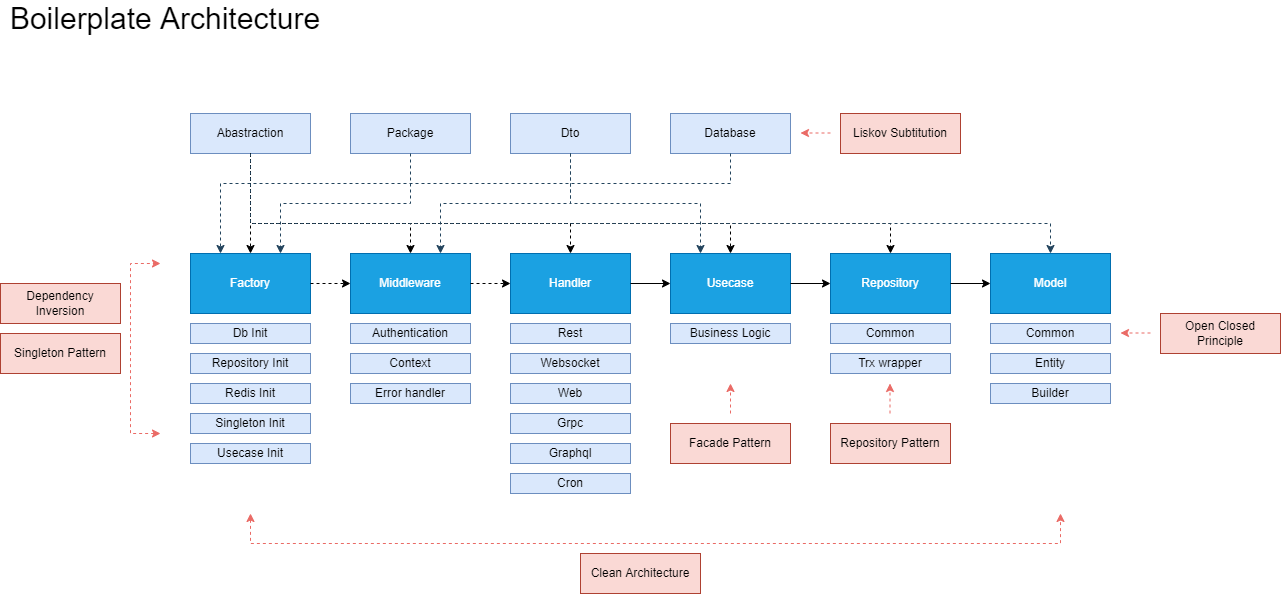
Above: assets/1-boilerplate-architecture.png in mcholismalik/test-practical-devsecops (draw.io), before the change. Source tidied: cells renumbered, new cells last; positions are measured from the earlier drawing's top-left corner, leaving out a move shared by most shapes. The source it was exported from:
```xml
<mxGraphModel>
  <root>
    <mxCell id="0" />
    <mxCell id="1" parent="0" />
    <mxCell id="2" value="Usecase" style="rounded=0;whiteSpace=wrap;html=1;fillColor=#1ba1e2;fontColor=#ffffff;strokeColor=#006EAF;" parent="1" vertex="1">
      <mxGeometry x="670" y="250" width="120" height="60" as="geometry" />
    </mxCell>
    <mxCell id="3" value="Repository&lt;span style=&quot;color: rgba(0, 0, 0, 0); font-family: monospace; font-size: 0px; text-align: start;&quot;&gt;%3CmxGraphModel%3E%3Croot%3E%3CmxCell%20id%3D%220%22%2F%3E%3CmxCell%20id%3D%221%22%20parent%3D%220%22%2F%3E%3CmxCell%20id%3D%222%22%20value%3D%22Usecase%22%20style%3D%22rounded%3D0%3BwhiteSpace%3Dwrap%3Bhtml%3D1%3B%22%20vertex%3D%221%22%20parent%3D%221%22%3E%3CmxGeometry%20x%3D%22240%22%20y%3D%22250%22%20width%3D%22120%22%20height%3D%2260%22%20as%3D%22geometry%22%2F%3E%3C%2FmxCell%3E%3C%2Froot%3E%3C%2FmxGraphModel%3E&lt;/span&gt;" style="rounded=0;whiteSpace=wrap;html=1;fillColor=#1ba1e2;fontColor=#ffffff;strokeColor=#006EAF;" parent="1" vertex="1">
      <mxGeometry x="830" y="250" width="120" height="60" as="geometry" />
    </mxCell>
    <mxCell id="4" value="Model" style="rounded=0;whiteSpace=wrap;html=1;fillColor=#1ba1e2;fontColor=#ffffff;strokeColor=#006EAF;" parent="1" vertex="1">
      <mxGeometry x="990" y="250" width="120" height="60" as="geometry" />
    </mxCell>
    <mxCell id="5" value="Factory" style="rounded=0;whiteSpace=wrap;html=1;fillColor=#1ba1e2;fontColor=#ffffff;strokeColor=#006EAF;" parent="1" vertex="1">
      <mxGeometry x="190" y="250" width="120" height="60" as="geometry" />
    </mxCell>
    <mxCell id="6" value="Db Init" style="rounded=0;whiteSpace=wrap;html=1;fillColor=#dae8fc;strokeColor=#6c8ebf;" parent="1" vertex="1">
      <mxGeometry x="190" y="320" width="120" height="20" as="geometry" />
    </mxCell>
    <mxCell id="7" value="Repository Init" style="rounded=0;whiteSpace=wrap;html=1;fillColor=#dae8fc;strokeColor=#6c8ebf;" parent="1" vertex="1">
      <mxGeometry x="190" y="350" width="120" height="20" as="geometry" />
    </mxCell>
    <mxCell id="8" value="Redis Init" style="rounded=0;whiteSpace=wrap;html=1;fillColor=#dae8fc;strokeColor=#6c8ebf;" parent="1" vertex="1">
      <mxGeometry x="190" y="380" width="120" height="20" as="geometry" />
    </mxCell>
    <mxCell id="9" value="Usecase Init" style="rounded=0;whiteSpace=wrap;html=1;fillColor=#dae8fc;strokeColor=#6c8ebf;" parent="1" vertex="1">
      <mxGeometry x="190" y="440" width="120" height="20" as="geometry" />
    </mxCell>
    <mxCell id="10" value="Business Logic" style="rounded=0;whiteSpace=wrap;html=1;fillColor=#dae8fc;strokeColor=#6c8ebf;" parent="1" vertex="1">
      <mxGeometry x="670" y="320" width="120" height="20" as="geometry" />
    </mxCell>
    <mxCell id="11" value="Trx wrapper" style="rounded=0;whiteSpace=wrap;html=1;fillColor=#dae8fc;strokeColor=#6c8ebf;" parent="1" vertex="1">
      <mxGeometry x="830" y="350" width="120" height="20" as="geometry" />
    </mxCell>
    <mxCell id="12" value="Singleton Init" style="rounded=0;whiteSpace=wrap;html=1;fillColor=#dae8fc;strokeColor=#6c8ebf;" parent="1" vertex="1">
      <mxGeometry x="190" y="410" width="120" height="20" as="geometry" />
    </mxCell>
    <mxCell id="13" value="Common" style="rounded=0;whiteSpace=wrap;html=1;fillColor=#dae8fc;strokeColor=#6c8ebf;" parent="1" vertex="1">
      <mxGeometry x="990" y="320" width="120" height="20" as="geometry" />
    </mxCell>
    <mxCell id="14" style="endArrow=classic;html=1;rounded=0;exitX=1;exitY=0.5;exitDx=0;exitDy=0;entryX=0;entryY=0.5;entryDx=0;entryDy=0;dashed=1;" parent="1" edge="1" source="5" target="31">
      <mxGeometry relative="1" as="geometry" />
    </mxCell>
    <mxCell id="15" style="endArrow=classic;html=1;rounded=0;exitX=1;exitY=0.5;exitDx=0;exitDy=0;entryX=0;entryY=0.5;entryDx=0;entryDy=0;" parent="1" edge="1" source="2" target="3">
      <mxGeometry relative="1" as="geometry" />
    </mxCell>
    <mxCell id="16" style="endArrow=classic;html=1;rounded=0;exitX=1;exitY=0.5;exitDx=0;exitDy=0;entryX=0;entryY=0.5;entryDx=0;entryDy=0;" parent="1" edge="1" source="3" target="4">
      <mxGeometry relative="1" as="geometry" />
    </mxCell>
    <mxCell id="17" value="Abastraction" style="rounded=0;whiteSpace=wrap;html=1;fillColor=#dae8fc;strokeColor=#6c8ebf;" parent="1" vertex="1">
      <mxGeometry x="190" y="110" width="120" height="40" as="geometry" />
    </mxCell>
    <mxCell id="18" value="Package" style="rounded=0;whiteSpace=wrap;html=1;fillColor=#dae8fc;strokeColor=#6c8ebf;" parent="1" vertex="1">
      <mxGeometry x="350" y="110" width="120" height="40" as="geometry" />
    </mxCell>
    <mxCell id="19" value="Dto" style="rounded=0;whiteSpace=wrap;html=1;fillColor=#dae8fc;strokeColor=#6c8ebf;" parent="1" vertex="1">
      <mxGeometry x="510" y="110" width="120" height="40" as="geometry" />
    </mxCell>
    <mxCell id="20" style="edgeStyle=elbowEdgeStyle;elbow=vertical;endArrow=classic;html=1;rounded=0;dashed=1;exitX=0.5;exitY=1;exitDx=0;exitDy=0;entryX=0.5;entryY=0;entryDx=0;entryDy=0;" parent="1" edge="1" source="17" target="5">
      <mxGeometry relative="1" as="geometry" />
    </mxCell>
    <mxCell id="21" style="edgeStyle=elbowEdgeStyle;elbow=vertical;endArrow=classic;html=1;rounded=0;dashed=1;exitX=0.5;exitY=1;exitDx=0;exitDy=0;entryX=0.5;entryY=0;entryDx=0;entryDy=0;" parent="1" edge="1" source="17">
      <mxGeometry relative="1" as="geometry">
        <mxPoint x="410" y="250" as="targetPoint" />
        <Array as="points">
          <mxPoint x="330" y="220" />
        </Array>
      </mxGeometry>
    </mxCell>
    <mxCell id="22" style="edgeStyle=elbowEdgeStyle;elbow=vertical;endArrow=classic;html=1;rounded=0;dashed=1;exitX=0.5;exitY=1;exitDx=0;exitDy=0;entryX=0.5;entryY=0;entryDx=0;entryDy=0;" parent="1" edge="1" source="17">
      <mxGeometry relative="1" as="geometry">
        <mxPoint x="570" y="250" as="targetPoint" />
        <Array as="points">
          <mxPoint x="410" y="220" />
        </Array>
      </mxGeometry>
    </mxCell>
    <mxCell id="23" style="edgeStyle=elbowEdgeStyle;elbow=vertical;endArrow=classic;html=1;rounded=0;dashed=1;exitX=0.5;exitY=1;exitDx=0;exitDy=0;entryX=0.5;entryY=0;entryDx=0;entryDy=0;" parent="1" edge="1" source="17" target="2">
      <mxGeometry relative="1" as="geometry">
        <Array as="points">
          <mxPoint x="500" y="220" />
        </Array>
      </mxGeometry>
    </mxCell>
    <mxCell id="24" style="edgeStyle=elbowEdgeStyle;elbow=vertical;endArrow=classic;html=1;rounded=0;dashed=1;exitX=0.5;exitY=1;exitDx=0;exitDy=0;" parent="1" edge="1" source="17" target="3">
      <mxGeometry relative="1" as="geometry">
        <Array as="points">
          <mxPoint x="570" y="220" />
        </Array>
      </mxGeometry>
    </mxCell>
    <mxCell id="25" style="edgeStyle=elbowEdgeStyle;elbow=vertical;endArrow=classic;html=1;rounded=0;dashed=1;entryX=0.5;entryY=0;entryDx=0;entryDy=0;exitX=0.5;exitY=1;exitDx=0;exitDy=0;fillColor=#bac8d3;strokeColor=#23445d;" parent="1" edge="1" source="17" target="4">
      <mxGeometry relative="1" as="geometry">
        <Array as="points">
          <mxPoint x="650" y="220" />
        </Array>
      </mxGeometry>
    </mxCell>
    <mxCell id="26" style="edgeStyle=elbowEdgeStyle;elbow=vertical;endArrow=classic;html=1;rounded=0;dashed=1;exitX=0.5;exitY=1;exitDx=0;exitDy=0;entryX=0.75;entryY=0;entryDx=0;entryDy=0;fillColor=#bac8d3;strokeColor=#23445d;" parent="1" edge="1" source="18" target="5">
      <mxGeometry relative="1" as="geometry">
        <Array as="points">
          <mxPoint x="350" y="200" />
        </Array>
      </mxGeometry>
    </mxCell>
    <mxCell id="27" style="edgeStyle=elbowEdgeStyle;elbow=vertical;endArrow=classic;html=1;rounded=0;dashed=1;exitX=0.5;exitY=1;exitDx=0;exitDy=0;entryX=0.75;entryY=0;entryDx=0;entryDy=0;fillColor=#bac8d3;strokeColor=#23445d;" parent="1" edge="1" source="19">
      <mxGeometry relative="1" as="geometry">
        <mxPoint x="440" y="250" as="targetPoint" />
        <Array as="points">
          <mxPoint x="510" y="200" />
        </Array>
      </mxGeometry>
    </mxCell>
    <mxCell id="28" style="edgeStyle=elbowEdgeStyle;elbow=vertical;endArrow=classic;html=1;rounded=0;dashed=1;exitX=0.5;exitY=1;exitDx=0;exitDy=0;entryX=0.25;entryY=0;entryDx=0;entryDy=0;fillColor=#bac8d3;strokeColor=#23445d;" parent="1" edge="1" source="19" target="2">
      <mxGeometry relative="1" as="geometry">
        <Array as="points">
          <mxPoint x="640" y="200" />
          <mxPoint x="440" y="180" />
        </Array>
      </mxGeometry>
    </mxCell>
    <mxCell id="29" value="Entity" style="rounded=0;whiteSpace=wrap;html=1;fillColor=#dae8fc;strokeColor=#6c8ebf;" parent="1" vertex="1">
      <mxGeometry x="990" y="350" width="120" height="20" as="geometry" />
    </mxCell>
    <mxCell id="30" value="Common" style="rounded=0;whiteSpace=wrap;html=1;fillColor=#dae8fc;strokeColor=#6c8ebf;" parent="1" vertex="1">
      <mxGeometry x="830" y="320" width="120" height="20" as="geometry" />
    </mxCell>
    <mxCell id="31" value="Middleware" style="rounded=0;whiteSpace=wrap;html=1;fillColor=#1ba1e2;strokeColor=#006EAF;fontColor=#ffffff;" parent="1" vertex="1">
      <mxGeometry x="350" y="250" width="120" height="60" as="geometry" />
    </mxCell>
    <mxCell id="32" value="Authentication" style="rounded=0;whiteSpace=wrap;html=1;fillColor=#dae8fc;strokeColor=#6c8ebf;" parent="1" vertex="1">
      <mxGeometry x="350" y="320" width="120" height="20" as="geometry" />
    </mxCell>
    <mxCell id="33" value="Context" style="rounded=0;whiteSpace=wrap;html=1;fillColor=#dae8fc;strokeColor=#6c8ebf;" parent="1" vertex="1">
      <mxGeometry x="350" y="350" width="120" height="20" as="geometry" />
    </mxCell>
    <mxCell id="34" value="Error handler" style="rounded=0;whiteSpace=wrap;html=1;fillColor=#dae8fc;strokeColor=#6c8ebf;" parent="1" vertex="1">
      <mxGeometry x="350" y="380" width="120" height="20" as="geometry" />
    </mxCell>
    <mxCell id="35" style="endArrow=classic;html=1;rounded=0;exitX=1;exitY=0.5;exitDx=0;exitDy=0;entryX=0;entryY=0.5;entryDx=0;entryDy=0;dashed=1;" parent="1" edge="1" source="31" target="36">
      <mxGeometry relative="1" as="geometry" />
    </mxCell>
    <mxCell id="36" value="Handler" style="rounded=0;whiteSpace=wrap;html=1;fillColor=#1ba1e2;fontColor=#ffffff;strokeColor=#006EAF;" parent="1" vertex="1">
      <mxGeometry x="510" y="250" width="120" height="60" as="geometry" />
    </mxCell>
    <mxCell id="37" value="Rest" style="rounded=0;whiteSpace=wrap;html=1;fillColor=#dae8fc;strokeColor=#6c8ebf;" parent="1" vertex="1">
      <mxGeometry x="510" y="320" width="120" height="20" as="geometry" />
    </mxCell>
    <mxCell id="38" value="Websocket" style="rounded=0;whiteSpace=wrap;html=1;fillColor=#dae8fc;strokeColor=#6c8ebf;" parent="1" vertex="1">
      <mxGeometry x="510" y="350" width="120" height="20" as="geometry" />
    </mxCell>
    <mxCell id="39" value="Web" style="rounded=0;whiteSpace=wrap;html=1;fillColor=#dae8fc;strokeColor=#6c8ebf;" parent="1" vertex="1">
      <mxGeometry x="510" y="380" width="120" height="20" as="geometry" />
    </mxCell>
    <mxCell id="40" value="Grpc" style="rounded=0;whiteSpace=wrap;html=1;fillColor=#dae8fc;strokeColor=#6c8ebf;" parent="1" vertex="1">
      <mxGeometry x="510" y="410" width="120" height="20" as="geometry" />
    </mxCell>
    <mxCell id="41" value="Graphql" style="rounded=0;whiteSpace=wrap;html=1;fillColor=#dae8fc;strokeColor=#6c8ebf;" parent="1" vertex="1">
      <mxGeometry x="510" y="440" width="120" height="20" as="geometry" />
    </mxCell>
    <mxCell id="42" style="endArrow=classic;html=1;rounded=0;exitX=1;exitY=0.5;exitDx=0;exitDy=0;entryX=0;entryY=0.5;entryDx=0;entryDy=0;" parent="1" edge="1" source="36" target="2">
      <mxGeometry relative="1" as="geometry" />
    </mxCell>
    <mxCell id="43" value="Cron" style="rounded=0;whiteSpace=wrap;html=1;fillColor=#dae8fc;strokeColor=#6c8ebf;" parent="1" vertex="1">
      <mxGeometry x="510" y="470" width="120" height="20" as="geometry" />
    </mxCell>
    <mxCell id="44" value="Boilerplate Architecture" style="text;html=1;strokeColor=none;fillColor=none;align=center;verticalAlign=middle;whiteSpace=wrap;rounded=0;fontSize=30;" parent="1" vertex="1">
      <mxGeometry width="330" height="30" as="geometry" />
    </mxCell>
    <mxCell id="45" style="edgeStyle=elbowEdgeStyle;elbow=vertical;endArrow=classic;html=1;rounded=0;dashed=1;endFill=1;startArrow=classic;startFill=1;strokeColor=#EA6B66;" parent="1" edge="1">
      <mxGeometry relative="1" as="geometry">
        <mxPoint x="250" y="510" as="sourcePoint" />
        <mxPoint x="1060" y="510" as="targetPoint" />
        <Array as="points">
          <mxPoint x="650" y="540" />
        </Array>
      </mxGeometry>
    </mxCell>
    <mxCell id="46" value="Clean Architecture" style="rounded=0;whiteSpace=wrap;html=1;fillColor=#fad9d5;strokeColor=#ae4132;" parent="1" vertex="1">
      <mxGeometry x="580" y="550" width="120" height="40" as="geometry" />
    </mxCell>
    <mxCell id="47" style="edgeStyle=elbowEdgeStyle;elbow=horizontal;endArrow=classic;html=1;rounded=0;dashed=1;fontSize=30;startArrow=classic;startFill=1;strokeColor=#EA6B66;" parent="1" edge="1">
      <mxGeometry relative="1" as="geometry">
        <mxPoint x="160" y="430" as="sourcePoint" />
        <mxPoint x="160" y="260" as="targetPoint" />
        <Array as="points">
          <mxPoint x="130" y="340" />
        </Array>
      </mxGeometry>
    </mxCell>
    <mxCell id="48" value="Dependency Inversion" style="rounded=0;whiteSpace=wrap;html=1;fillColor=#fad9d5;strokeColor=#ae4132;" parent="1" vertex="1">
      <mxGeometry y="280" width="120" height="40" as="geometry" />
    </mxCell>
    <mxCell id="49" value="Database" style="rounded=0;whiteSpace=wrap;html=1;fillColor=#dae8fc;strokeColor=#6c8ebf;" parent="1" vertex="1">
      <mxGeometry x="670" y="110" width="120" height="40" as="geometry" />
    </mxCell>
    <mxCell id="50" style="edgeStyle=elbowEdgeStyle;elbow=vertical;endArrow=classic;html=1;rounded=0;dashed=1;exitX=0.5;exitY=1;exitDx=0;exitDy=0;entryX=0.25;entryY=0;entryDx=0;entryDy=0;fillColor=#bac8d3;strokeColor=#23445d;" parent="1" edge="1" source="49" target="5">
      <mxGeometry relative="1" as="geometry">
        <Array as="points">
          <mxPoint x="480" y="180" />
        </Array>
      </mxGeometry>
    </mxCell>
    <mxCell id="51" value="Singleton Pattern" style="rounded=0;whiteSpace=wrap;html=1;fillColor=#fad9d5;strokeColor=#ae4132;" parent="1" vertex="1">
      <mxGeometry y="330" width="120" height="40" as="geometry" />
    </mxCell>
    <mxCell id="52" value="Builder" style="rounded=0;whiteSpace=wrap;html=1;fillColor=#dae8fc;strokeColor=#6c8ebf;" parent="1" vertex="1">
      <mxGeometry x="990" y="380" width="120" height="20" as="geometry" />
    </mxCell>
    <mxCell id="53" value="Repository Pattern" style="rounded=0;whiteSpace=wrap;html=1;fillColor=#fad9d5;strokeColor=#ae4132;" parent="1" vertex="1">
      <mxGeometry x="830" y="420" width="120" height="40" as="geometry" />
    </mxCell>
    <mxCell id="54" value="Facade Pattern" style="rounded=0;whiteSpace=wrap;html=1;fillColor=#fad9d5;strokeColor=#ae4132;" parent="1" vertex="1">
      <mxGeometry x="670" y="420" width="120" height="40" as="geometry" />
    </mxCell>
    <mxCell id="55" style="endArrow=classic;html=1;rounded=0;dashed=1;fontSize=30;strokeColor=#EA6B66;" parent="1" edge="1">
      <mxGeometry relative="1" as="geometry">
        <mxPoint x="730" y="410" as="sourcePoint" />
        <mxPoint x="730" y="380" as="targetPoint" />
      </mxGeometry>
    </mxCell>
    <mxCell id="56" style="endArrow=classic;html=1;rounded=0;dashed=1;fontSize=30;strokeColor=#EA6B66;" parent="1" edge="1">
      <mxGeometry relative="1" as="geometry">
        <mxPoint x="889.5" y="410" as="sourcePoint" />
        <mxPoint x="889.5" y="380" as="targetPoint" />
      </mxGeometry>
    </mxCell>
    <mxCell id="57" value="Liskov Subtitution" style="rounded=0;whiteSpace=wrap;html=1;fillColor=#fad9d5;strokeColor=#ae4132;" parent="1" vertex="1">
      <mxGeometry x="840" y="110" width="120" height="40" as="geometry" />
    </mxCell>
    <mxCell id="58" style="endArrow=classic;html=1;rounded=0;dashed=1;fontSize=30;strokeColor=#EA6B66;" parent="1" edge="1">
      <mxGeometry relative="1" as="geometry">
        <mxPoint x="830" y="129.5" as="sourcePoint" />
        <mxPoint x="800" y="129.5" as="targetPoint" />
      </mxGeometry>
    </mxCell>
    <mxCell id="59" value="Open Closed Principle" style="rounded=0;whiteSpace=wrap;html=1;fillColor=#fad9d5;strokeColor=#ae4132;" parent="1" vertex="1">
      <mxGeometry x="1160" y="310" width="120" height="40" as="geometry" />
    </mxCell>
    <mxCell id="60" style="endArrow=classic;html=1;rounded=0;dashed=1;fontSize=30;strokeColor=#EA6B66;" parent="1" edge="1">
      <mxGeometry relative="1" as="geometry">
        <mxPoint x="1150" y="329.5" as="sourcePoint" />
        <mxPoint x="1120" y="329.5" as="targetPoint" />
      </mxGeometry>
    </mxCell>
  </root>
</mxGraphModel>
```
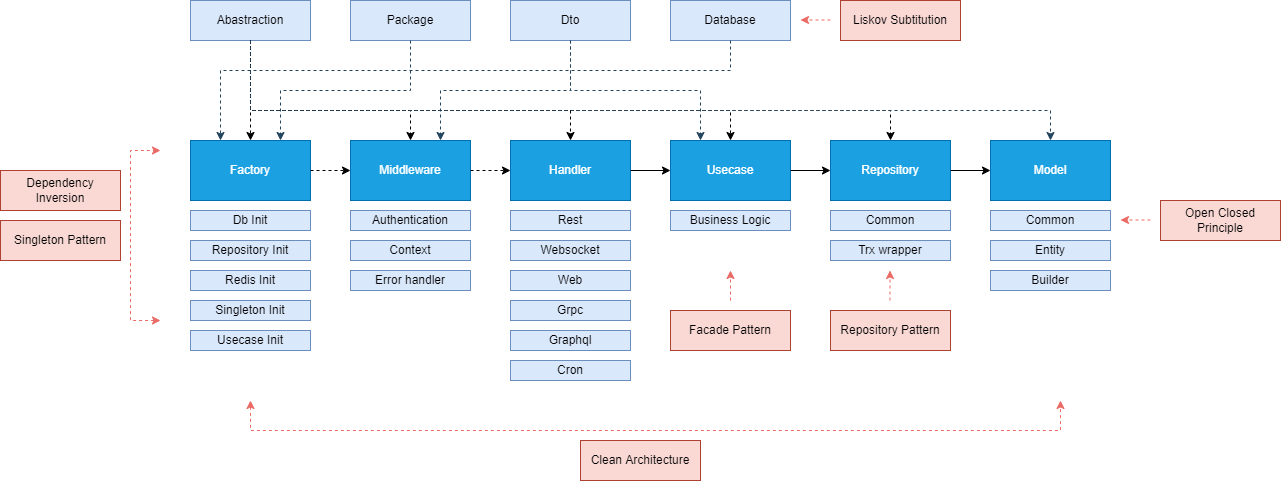
Above is the later version.

Diff of the diagram source:
```diff
@@ -164,9 +164,6 @@
     <mxCell id="43" value="Cron" style="rounded=0;whiteSpace=wrap;html=1;fillColor=#dae8fc;strokeColor=#6c8ebf;" parent="1" vertex="1">
       <mxGeometry x="510" y="470" width="120" height="20" as="geometry" />
     </mxCell>
-    <mxCell id="44" value="Boilerplate Architecture" style="text;html=1;strokeColor=none;fillColor=none;align=center;verticalAlign=middle;whiteSpace=wrap;rounded=0;fontSize=30;" parent="1" vertex="1">
-      <mxGeometry width="330" height="30" as="geometry" />
-    </mxCell>
     <mxCell id="45" style="edgeStyle=elbowEdgeStyle;elbow=vertical;endArrow=classic;html=1;rounded=0;dashed=1;endFill=1;startArrow=classic;startFill=1;strokeColor=#EA6B66;" parent="1" edge="1">
       <mxGeometry relative="1" as="geometry">
         <mxPoint x="250" y="510" as="sourcePoint" />
```
